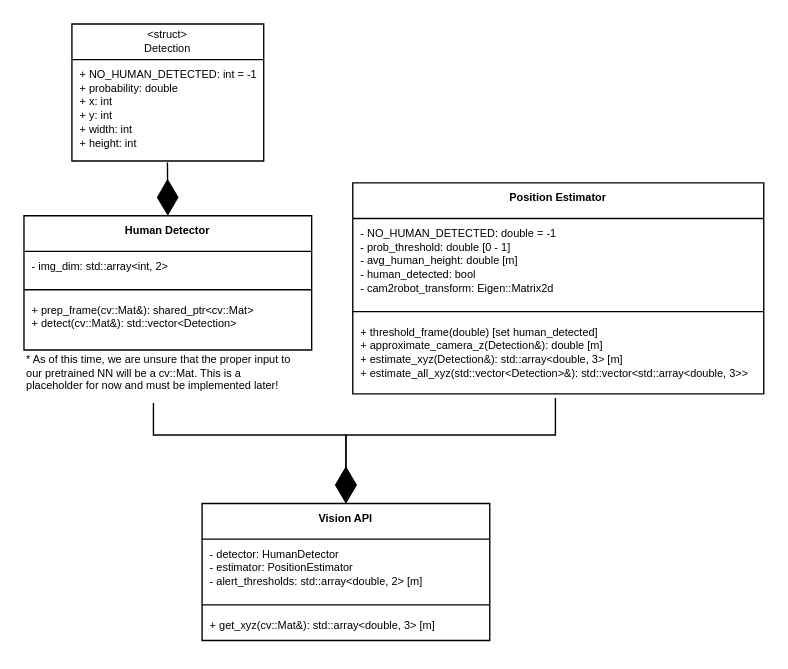
This is page "UML" (2 of 2) of visual_reps/activity_and_UML.drawio from dlerner97/ACME_perception_proposal, a draw.io file, before an edit. Source tidied: cells renumbered, new cells numbered last; positions are measured from the earlier drawing's top-left corner, leaving out a move shared by most shapes. Both pictures are drawn from the tidied source at 137%, with x=0, y=0 at pixel (23, 23).
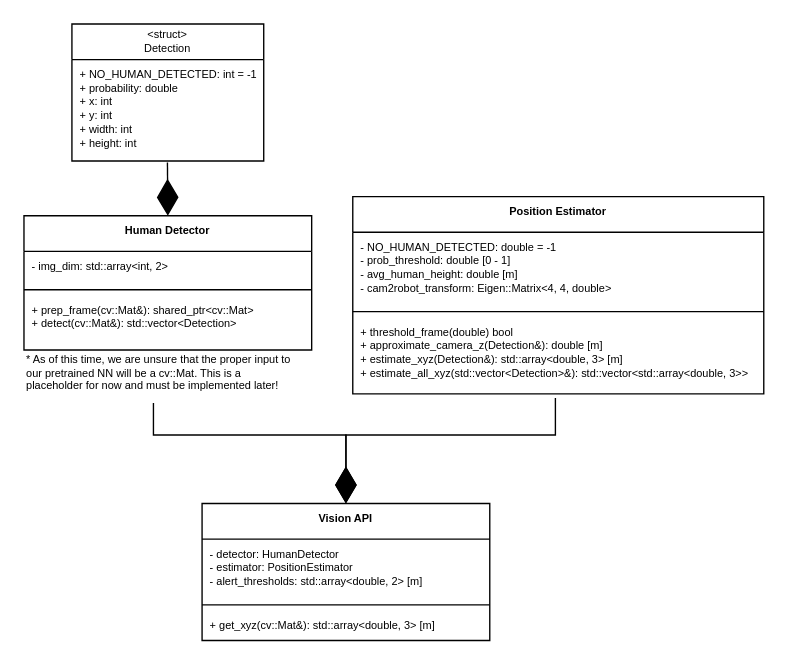
The same page after the edit.

Commit message (it also covers changes not shown here):
Updated UML diagram

The edit, as a diff of the source:
```diff
@@
     <mxCell id="2" value="Position Estimator" style="swimlane;fontStyle=1;align=center;verticalAlign=top;horizontal=1;startSize=26;fontSize=8;" parent="1" vertex="1">
-      <mxGeometry x="240" y="116" width="300" height="154" as="geometry" />
+      <mxGeometry x="240" y="126" width="300" height="144" as="geometry" />
     </mxCell>
-    <mxCell id="3" value="- NO_HUMAN_DETECTED: double = -1&#10;- prob_threshold: double [0 - 1] &#10;- avg_human_height: double [m]&#10;- human_detected: bool&#10;- cam2robot_transform: Eigen::Matrix2d" style="text;strokeColor=none;fillColor=none;align=left;verticalAlign=top;spacingLeft=4;spacingRight=4;overflow=hidden;fontSize=8;" parent="2" vertex="1">
-      <mxGeometry y="26" width="300" height="64" as="geometry" />
+    <mxCell id="3" value="- NO_HUMAN_DETECTED: double = -1&#10;- prob_threshold: double [0 - 1] &#10;- avg_human_height: double [m]&#10;- cam2robot_transform: Eigen::Matrix&lt;4, 4, double&gt;" style="text;strokeColor=none;fillColor=none;align=left;verticalAlign=top;spacingLeft=4;spacingRight=4;overflow=hidden;fontSize=8;" parent="2" vertex="1">
+      <mxGeometry y="26" width="300" height="54" as="geometry" />
     </mxCell>
     <mxCell id="4" style="line;strokeWidth=1;fillColor=none;align=left;verticalAlign=middle;spacingTop=-1;spacingLeft=3;spacingRight=3;labelPosition=right;fontSize=8;" parent="2" vertex="1">
-      <mxGeometry y="90" width="300" height="8" as="geometry" />
+      <mxGeometry y="80" width="300" height="8" as="geometry" />
     </mxCell>
-    <mxCell id="5" value="+ threshold_frame(double) [set human_detected] &#10;+ approximate_camera_z(Detection&amp;): double [m]&#10;+ estimate_xyz(Detection&amp;): std::array&lt;double, 3&gt; [m]&#10;+ estimate_all_xyz(std::vector&lt;Detection&gt;&amp;): std::vector&lt;std::array&lt;double, 3&gt;&gt;&#10;" style="text;strokeColor=none;fillColor=none;align=left;verticalAlign=top;spacingLeft=4;spacingRight=4;overflow=hidden;points=[[0,0.5],[1,0.5]];portConstraint=eastwest;fontSize=8;" parent="2" vertex="1">
-      <mxGeometry y="98" width="300" height="56" as="geometry" />
+    <mxCell id="5" value="+ threshold_frame(double) bool &#10;+ approximate_camera_z(Detection&amp;): double [m]&#10;+ estimate_xyz(Detection&amp;): std::array&lt;double, 3&gt; [m]&#10;+ estimate_all_xyz(std::vector&lt;Detection&gt;&amp;): std::vector&lt;std::array&lt;double, 3&gt;&gt;&#10;" style="text;strokeColor=none;fillColor=none;align=left;verticalAlign=top;spacingLeft=4;spacingRight=4;overflow=hidden;points=[[0,0.5],[1,0.5]];portConstraint=eastwest;fontSize=8;" parent="2" vertex="1">
+      <mxGeometry y="88" width="300" height="56" as="geometry" />
     </mxCell>
```
